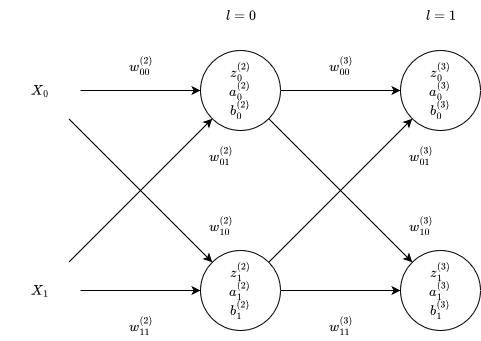
This is docs/net.png from Yachim/no-code-ml, a draw.io export, as it was before one commit. Source tidied: cells renumbered, new cells last; positions are measured from the earlier drawing's top-left corner, leaving out a move shared by most shapes.
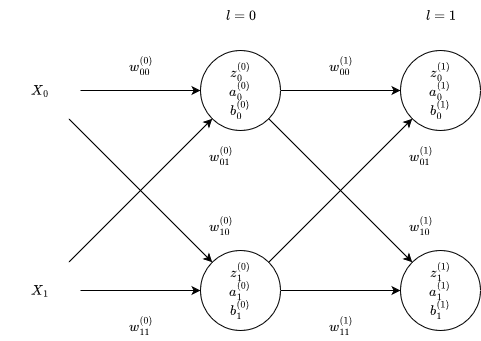
Later version of the same file.

What changed in the source:
```diff
@@ -26,7 +26,7 @@
     <mxCell id="9" style="edgeStyle=none;rounded=0;jettySize=auto;html=1;exitX=1;exitY=0.5;exitDx=0;exitDy=0;entryX=0;entryY=0.5;entryDx=0;entryDy=0;" parent="1" edge="1" source="10" target="14">
       <mxGeometry relative="1" as="geometry" />
     </mxCell>
-    <mxCell id="10" value="\(z^{(2)}_0\)&lt;div&gt;&lt;div&gt;\(a^{(2)}_0\)&lt;/div&gt;&lt;div&gt;&lt;div&gt;\(b^{(2)}_0\)&lt;/div&gt;&lt;/div&gt;&lt;/div&gt;" style="ellipse;whiteSpace=wrap;html=1;" parent="1" vertex="1">
+    <mxCell id="10" value="\(z^{(0)}_0\)&lt;div&gt;&lt;div&gt;\(a^{(0)}_0\)&lt;/div&gt;&lt;div&gt;&lt;div&gt;\(b^{(0)}_0\)&lt;/div&gt;&lt;/div&gt;&lt;/div&gt;" style="ellipse;whiteSpace=wrap;html=1;" parent="1" vertex="1">
       <mxGeometry x="200" y="50" width="80" height="80" as="geometry" />
     </mxCell>
     <mxCell id="11" style="edgeStyle=none;rounded=0;jettySize=auto;html=1;entryX=0;entryY=0.5;entryDx=0;entryDy=0;" parent="1" edge="1" source="13" target="15">
@@ -35,13 +35,13 @@
     <mxCell id="12" style="edgeStyle=none;rounded=0;jettySize=auto;html=1;exitX=1;exitY=0;exitDx=0;exitDy=0;" parent="1" edge="1" source="13" target="14">
       <mxGeometry relative="1" as="geometry" />
     </mxCell>
-    <mxCell id="13" value="\(z^{(2)}_1\)&lt;div&gt;&lt;div&gt;\(a^{(2)}_1\)&lt;/div&gt;&lt;div&gt;&lt;div&gt;\(b^{(2)}_1\)&lt;/div&gt;&lt;/div&gt;&lt;/div&gt;" style="ellipse;whiteSpace=wrap;html=1;" parent="1" vertex="1">
+    <mxCell id="13" value="\(z^{(0)}_1\)&lt;div&gt;&lt;div&gt;\(a^{(0)}_1\)&lt;/div&gt;&lt;div&gt;&lt;div&gt;\(b^{(0)}_1\)&lt;/div&gt;&lt;/div&gt;&lt;/div&gt;" style="ellipse;whiteSpace=wrap;html=1;" parent="1" vertex="1">
       <mxGeometry x="200" y="250" width="80" height="80" as="geometry" />
     </mxCell>
-    <mxCell id="14" value="\(z^{(3)}_0\)&lt;div&gt;&lt;div&gt;\(a^{(3)}_0\)&lt;/div&gt;&lt;div&gt;&lt;div&gt;\(b^{(3)}_0\)&lt;/div&gt;&lt;/div&gt;&lt;/div&gt;" style="ellipse;whiteSpace=wrap;html=1;" parent="1" vertex="1">
+    <mxCell id="14" value="&lt;div&gt;\(z^{(1)}_0\)&lt;/div&gt;&lt;div&gt;&lt;div&gt;\(a^{(1)}_0\)&lt;/div&gt;&lt;div&gt;&lt;div&gt;\(b^{(1)}_0\)&lt;/div&gt;&lt;/div&gt;&lt;/div&gt;" style="ellipse;whiteSpace=wrap;html=1;" parent="1" vertex="1">
       <mxGeometry x="400" y="50" width="80" height="80" as="geometry" />
     </mxCell>
-    <mxCell id="15" value="\(z^{(3)}_1\)&lt;div&gt;&lt;div&gt;\(a^{(3)}_1\)&lt;/div&gt;&lt;div&gt;&lt;div&gt;\(b^{(3)}_1\)&lt;/div&gt;&lt;/div&gt;&lt;/div&gt;" style="ellipse;whiteSpace=wrap;html=1;" parent="1" vertex="1">
+    <mxCell id="15" value="\(z^{(1)}_1\)&lt;div&gt;&lt;div&gt;\(a^{(1)}_1\)&lt;/div&gt;&lt;div&gt;&lt;div&gt;\(b^{(1)}_1\)&lt;/div&gt;&lt;/div&gt;&lt;/div&gt;" style="ellipse;whiteSpace=wrap;html=1;" parent="1" vertex="1">
       <mxGeometry x="400" y="250" width="80" height="80" as="geometry" />
     </mxCell>
     <mxCell id="16" value="\(l = 0\)" style="text;html=1;align=center;verticalAlign=middle;strokeColor=none;fillColor=none;" parent="1" vertex="1">
@@ -50,28 +50,28 @@
     <mxCell id="17" value="\(l = 1\)" style="text;html=1;align=center;verticalAlign=middle;strokeColor=none;fillColor=none;" parent="1" vertex="1">
       <mxGeometry x="410" width="60" height="30" as="geometry" />
     </mxCell>
-    <mxCell id="18" value="$$w^{(3)}_{00}$$" style="text;html=1;align=center;verticalAlign=middle;strokeColor=none;fillColor=none;" parent="1" vertex="1">
+    <mxCell id="18" value="$$w^{(1)}_{00}$$" style="text;html=1;align=center;verticalAlign=middle;strokeColor=none;fillColor=none;" parent="1" vertex="1">
       <mxGeometry x="280" y="50" width="120" height="30" as="geometry" />
     </mxCell>
-    <mxCell id="19" value="$$w^{(3)}_{10}$$" style="text;html=1;align=center;verticalAlign=middle;strokeColor=none;fillColor=none;" parent="1" vertex="1">
+    <mxCell id="19" value="$$w^{(1)}_{10}$$" style="text;html=1;align=center;verticalAlign=middle;strokeColor=none;fillColor=none;" parent="1" vertex="1">
       <mxGeometry x="360" y="210" width="120" height="30" as="geometry" />
     </mxCell>
-    <mxCell id="20" value="$$w^{(3)}_{01}$$" style="text;html=1;align=center;verticalAlign=middle;strokeColor=none;fillColor=none;" parent="1" vertex="1">
+    <mxCell id="20" value="$$w^{(1)}_{01}$$" style="text;html=1;align=center;verticalAlign=middle;strokeColor=none;fillColor=none;" parent="1" vertex="1">
       <mxGeometry x="360" y="140" width="120" height="30" as="geometry" />
     </mxCell>
-    <mxCell id="21" value="$$w^{(3)}_{11}$$" style="text;html=1;align=center;verticalAlign=middle;strokeColor=none;fillColor=none;" parent="1" vertex="1">
+    <mxCell id="21" value="$$w^{(1)}_{11}$$" style="text;html=1;align=center;verticalAlign=middle;strokeColor=none;fillColor=none;" parent="1" vertex="1">
       <mxGeometry x="280" y="310" width="120" height="30" as="geometry" />
     </mxCell>
-    <mxCell id="22" value="$$w^{(2)}_{00}$$" style="text;html=1;align=center;verticalAlign=middle;strokeColor=none;fillColor=none;rotation=0;" parent="1" vertex="1">
+    <mxCell id="22" value="$$w^{(0)}_{00}$$" style="text;html=1;align=center;verticalAlign=middle;strokeColor=none;fillColor=none;rotation=0;" parent="1" vertex="1">
       <mxGeometry x="80" y="50" width="120" height="30" as="geometry" />
     </mxCell>
-    <mxCell id="23" value="$$w^{(2)}_{10}$$" style="text;html=1;align=center;verticalAlign=middle;strokeColor=none;fillColor=none;" parent="1" vertex="1">
+    <mxCell id="23" value="$$w^{(0)}_{10}$$" style="text;html=1;align=center;verticalAlign=middle;strokeColor=none;fillColor=none;" parent="1" vertex="1">
       <mxGeometry x="160" y="210" width="120" height="30" as="geometry" />
     </mxCell>
-    <mxCell id="24" value="$$w^{(2)}_{01}$$" style="text;html=1;align=center;verticalAlign=middle;strokeColor=none;fillColor=none;" parent="1" vertex="1">
+    <mxCell id="24" value="$$w^{(0)}_{01}$$" style="text;html=1;align=center;verticalAlign=middle;strokeColor=none;fillColor=none;" parent="1" vertex="1">
       <mxGeometry x="160" y="140" width="120" height="30" as="geometry" />
     </mxCell>
-    <mxCell id="25" value="$$w^{(2)}_{11}$$" style="text;html=1;align=center;verticalAlign=middle;strokeColor=none;fillColor=none;" parent="1" vertex="1">
+    <mxCell id="25" value="$$w^{(0)}_{11}$$" style="text;html=1;align=center;verticalAlign=middle;strokeColor=none;fillColor=none;" parent="1" vertex="1">
       <mxGeometry x="80" y="310" width="120" height="30" as="geometry" />
     </mxCell>
   </root>
```
